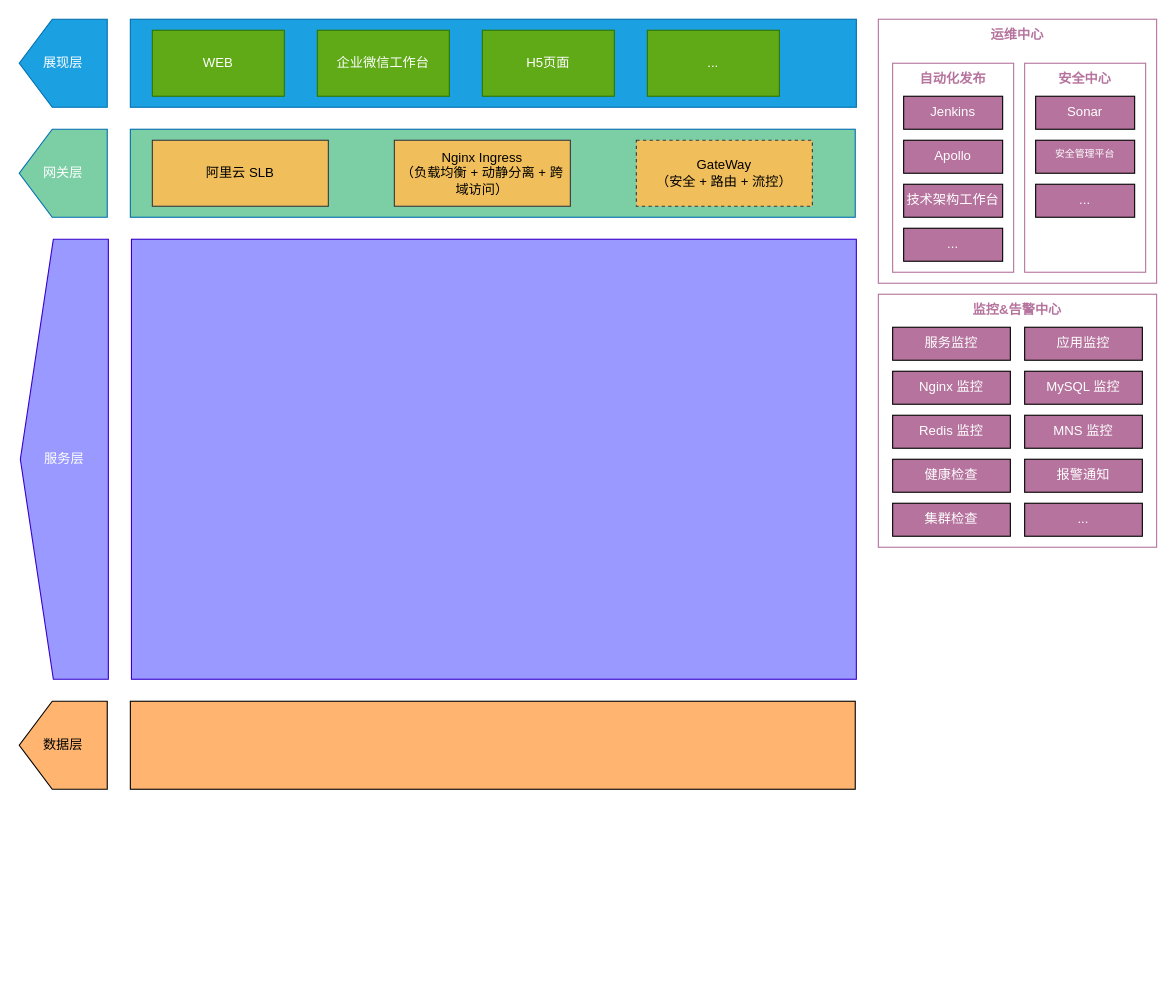
Above: smart-salart-biz-arch-0.0.1.drawio in rexlin600/diagrams (draw.io), before the change. Source tidied: cells renumbered, new cells numbered last; positions are measured from the earlier drawing's top-left corner, leaving out a move shared by most shapes. Both pictures are drawn from the tidied source at 110%, with x=0, y=0 at pixel (19, 19).
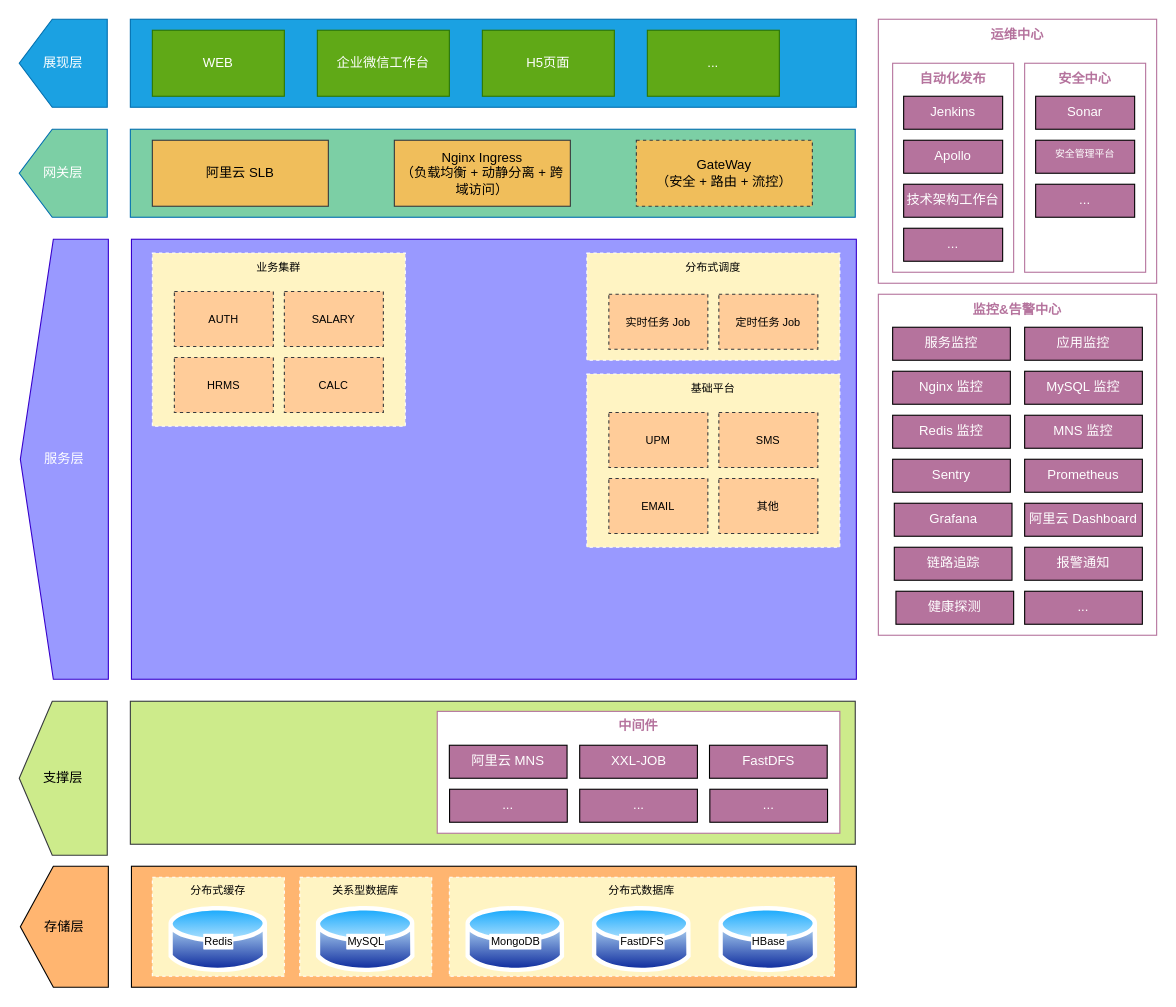
After the change.

Change to the diagram source:
```diff
@@
-    <mxCell id="13" style="rounded=0;whiteSpace=wrap;html=1;align=left;verticalAlign=top;fillColor=#FFB570;" parent="1" vertex="1">
-      <mxGeometry x="101" y="620" width="659" height="80" as="geometry" />
+    <mxCell id="13" style="rounded=0;whiteSpace=wrap;html=1;align=left;verticalAlign=top;fillColor=#cdeb8b;strokeColor=#36393d;" parent="1" vertex="1">
+      <mxGeometry x="101" y="620" width="659" height="130" as="geometry" />
     </mxCell>
-    <mxCell id="14" value="数据层" style="shape=offPageConnector;whiteSpace=wrap;html=1;align=center;verticalAlign=middle;direction=south;fillColor=#FFB570;" parent="1" vertex="1">
-      <mxGeometry y="620" width="80" height="80" as="geometry" />
+    <mxCell id="14" value="支撑层" style="shape=offPageConnector;whiteSpace=wrap;html=1;align=center;verticalAlign=middle;direction=south;fillColor=#cdeb8b;strokeColor=#36393d;" parent="1" vertex="1">
+      <mxGeometry y="620" width="80" height="140" as="geometry" />
     </mxCell>
@@
     <mxCell id="27" value="监控&amp;amp;告警中心" style="rounded=0;whiteSpace=wrap;html=1;align=center;verticalAlign=top;direction=south;strokeColor=#B5739D;fontColor=#B5739D;fontStyle=1;" parent="1" vertex="1">
-      <mxGeometry x="781" y="250" width="253" height="230" as="geometry" />
+      <mxGeometry x="781" y="250" width="253" height="310" as="geometry" />
     </mxCell>
@@
-    <mxCell id="34" value="健康检查" style="rounded=0;whiteSpace=wrap;html=1;fillColor=#B5739D;align=center;verticalAlign=top;fontColor=#FFFFFF;" parent="1" vertex="1">
-      <mxGeometry x="794" y="400" width="107" height="30" as="geometry" />
+    <mxCell id="34" value="健康探测" style="rounded=0;whiteSpace=wrap;html=1;fillColor=#B5739D;align=center;verticalAlign=top;fontColor=#FFFFFF;" parent="1" vertex="1">
+      <mxGeometry x="797" y="520" width="107" height="30" as="geometry" />
     </mxCell>
     <mxCell id="35" value="报警通知" style="rounded=0;whiteSpace=wrap;html=1;fillColor=#B5739D;align=center;verticalAlign=top;fontColor=#FFFFFF;" parent="1" vertex="1">
-      <mxGeometry x="914" y="400" width="107" height="30" as="geometry" />
+      <mxGeometry x="914" y="480" width="107" height="30" as="geometry" />
     </mxCell>
-    <mxCell id="36" value="集群检查" style="rounded=0;whiteSpace=wrap;html=1;fillColor=#B5739D;align=center;verticalAlign=top;fontColor=#FFFFFF;" parent="1" vertex="1">
-      <mxGeometry x="794" y="440" width="107" height="30" as="geometry" />
+    <mxCell id="36" value="链路追踪" style="rounded=0;whiteSpace=wrap;html=1;fillColor=#B5739D;align=center;verticalAlign=top;fontColor=#FFFFFF;" parent="1" vertex="1">
+      <mxGeometry x="795.5" y="480" width="107" height="30" as="geometry" />
     </mxCell>
-    <mxCell id="37" value="..." style="rounded=0;whiteSpace=wrap;html=1;fillColor=#B5739D;align=center;verticalAlign=top;fontColor=#FFFFFF;" parent="1" vertex="1">
-      <mxGeometry x="914" y="440" width="107" height="30" as="geometry" />
-    </mxCell>
+    <mxCell id="38" value="Sentry" style="rounded=0;whiteSpace=wrap;html=1;fillColor=#B5739D;align=center;verticalAlign=top;fontColor=#FFFFFF;" parent="1" vertex="1">
+      <mxGeometry x="794" y="400" width="107" height="30" as="geometry" />
+    </mxCell>
+    <mxCell id="39" value="Prometheus" style="rounded=0;whiteSpace=wrap;html=1;fillColor=#B5739D;align=center;verticalAlign=top;fontColor=#FFFFFF;" parent="1" vertex="1">
+      <mxGeometry x="914" y="400" width="107" height="30" as="geometry" />
+    </mxCell>
+    <mxCell id="40" value="Grafana" style="rounded=0;whiteSpace=wrap;html=1;fillColor=#B5739D;align=center;verticalAlign=top;fontColor=#FFFFFF;" parent="1" vertex="1">
+      <mxGeometry x="795.5" y="440" width="107" height="30" as="geometry" />
+    </mxCell>
+    <mxCell id="41" value="阿里云 Dashboard" style="rounded=0;whiteSpace=wrap;html=1;fillColor=#B5739D;align=center;verticalAlign=top;fontColor=#FFFFFF;" parent="1" vertex="1">
+      <mxGeometry x="914" y="440" width="107" height="30" as="geometry" />
+    </mxCell>
+    <mxCell id="42" value="..." style="rounded=0;whiteSpace=wrap;html=1;fillColor=#B5739D;align=center;verticalAlign=top;fontColor=#FFFFFF;" parent="1" vertex="1">
+      <mxGeometry x="914" y="520" width="107" height="30" as="geometry" />
+    </mxCell>
+    <mxCell id="43" value="业务集群" style="rounded=0;whiteSpace=wrap;html=1;dashed=1;fontSize=10;fontColor=#000000;strokeColor=#FFFFFF;fillColor=#FFF4C3;align=center;verticalAlign=top;" parent="1" vertex="1">
+      <mxGeometry x="121" y="212.5" width="230" height="157.5" as="geometry" />
+    </mxCell>
+    <mxCell id="44" value="AUTH" style="rounded=0;whiteSpace=wrap;html=1;dashed=1;fontSize=10;strokeColor=#36393d;fillColor=#ffcc99;align=center;verticalAlign=middle;" parent="1" vertex="1">
+      <mxGeometry x="141" y="247.5" width="90" height="50" as="geometry" />
+    </mxCell>
+    <mxCell id="45" value="SALARY" style="rounded=0;whiteSpace=wrap;html=1;dashed=1;fontSize=10;strokeColor=#36393d;fillColor=#ffcc99;align=center;verticalAlign=middle;" parent="1" vertex="1">
+      <mxGeometry x="241" y="247.5" width="90" height="50" as="geometry" />
+    </mxCell>
+    <mxCell id="46" value="HRMS" style="rounded=0;whiteSpace=wrap;html=1;dashed=1;fontSize=10;strokeColor=#36393d;fillColor=#ffcc99;align=center;verticalAlign=middle;" parent="1" vertex="1">
+      <mxGeometry x="141" y="307.5" width="90" height="50" as="geometry" />
+    </mxCell>
+    <mxCell id="47" value="CALC" style="rounded=0;whiteSpace=wrap;html=1;dashed=1;fontSize=10;strokeColor=#36393d;fillColor=#ffcc99;align=center;verticalAlign=middle;" parent="1" vertex="1">
+      <mxGeometry x="241" y="307.5" width="90" height="50" as="geometry" />
+    </mxCell>
+    <mxCell id="48" value="分布式调度" style="rounded=0;whiteSpace=wrap;html=1;dashed=1;fontSize=10;fontColor=#000000;strokeColor=#FFFFFF;fillColor=#FFF4C3;align=center;verticalAlign=top;" parent="1" vertex="1">
+      <mxGeometry x="516" y="212.5" width="230" height="97.5" as="geometry" />
+    </mxCell>
+    <mxCell id="49" value="实时任务 Job" style="rounded=0;whiteSpace=wrap;html=1;dashed=1;fontSize=10;strokeColor=#36393d;fillColor=#ffcc99;align=center;verticalAlign=middle;" parent="1" vertex="1">
+      <mxGeometry x="536" y="250" width="90" height="50" as="geometry" />
+    </mxCell>
+    <mxCell id="50" value="定时任务 Job" style="rounded=0;whiteSpace=wrap;html=1;dashed=1;fontSize=10;strokeColor=#36393d;fillColor=#ffcc99;align=center;verticalAlign=middle;" parent="1" vertex="1">
+      <mxGeometry x="636" y="250" width="90" height="50" as="geometry" />
+    </mxCell>
+    <mxCell id="51" value="基础平台" style="rounded=0;whiteSpace=wrap;html=1;dashed=1;fontSize=10;fontColor=#000000;strokeColor=#FFFFFF;fillColor=#FFF4C3;align=center;verticalAlign=top;" parent="1" vertex="1">
+      <mxGeometry x="516" y="322.5" width="230" height="157.5" as="geometry" />
+    </mxCell>
+    <mxCell id="52" value="UPM" style="rounded=0;whiteSpace=wrap;html=1;dashed=1;fontSize=10;strokeColor=#36393d;fillColor=#ffcc99;align=center;verticalAlign=middle;" parent="1" vertex="1">
+      <mxGeometry x="536" y="357.5" width="90" height="50" as="geometry" />
+    </mxCell>
+    <mxCell id="53" value="SMS" style="rounded=0;whiteSpace=wrap;html=1;dashed=1;fontSize=10;strokeColor=#36393d;fillColor=#ffcc99;align=center;verticalAlign=middle;" parent="1" vertex="1">
+      <mxGeometry x="636" y="357.5" width="90" height="50" as="geometry" />
+    </mxCell>
+    <mxCell id="54" value="EMAIL" style="rounded=0;whiteSpace=wrap;html=1;dashed=1;fontSize=10;strokeColor=#36393d;fillColor=#ffcc99;align=center;verticalAlign=middle;" parent="1" vertex="1">
+      <mxGeometry x="536" y="417.5" width="90" height="50" as="geometry" />
+    </mxCell>
+    <mxCell id="55" value="其他" style="rounded=0;whiteSpace=wrap;html=1;dashed=1;fontSize=10;strokeColor=#36393d;fillColor=#ffcc99;align=center;verticalAlign=middle;" parent="1" vertex="1">
+      <mxGeometry x="636" y="417.5" width="90" height="50" as="geometry" />
+    </mxCell>
+    <mxCell id="56" value="中间件" style="rounded=0;whiteSpace=wrap;html=1;align=center;verticalAlign=top;direction=south;strokeColor=#B5739D;fontColor=#B5739D;fontStyle=1;" parent="1" vertex="1">
+      <mxGeometry x="380" y="629.2" width="366" height="110.8" as="geometry" />
+    </mxCell>
+    <mxCell id="57" value="阿里云 MNS" style="rounded=0;whiteSpace=wrap;html=1;fillColor=#B5739D;align=center;verticalAlign=top;fontColor=#FFFFFF;" parent="1" vertex="1">
+      <mxGeometry x="391" y="660" width="107" height="30" as="geometry" />
+    </mxCell>
+    <mxCell id="58" value="XXL-JOB" style="rounded=0;whiteSpace=wrap;html=1;fillColor=#B5739D;align=center;verticalAlign=top;fontColor=#FFFFFF;" parent="1" vertex="1">
+      <mxGeometry x="509.5" y="660" width="107" height="30" as="geometry" />
+    </mxCell>
+    <mxCell id="59" value="FastDFS" style="rounded=0;whiteSpace=wrap;html=1;fillColor=#B5739D;align=center;verticalAlign=top;fontColor=#FFFFFF;" parent="1" vertex="1">
+      <mxGeometry x="627.5" y="660" width="107" height="30" as="geometry" />
+    </mxCell>
+    <mxCell id="60" style="rounded=0;whiteSpace=wrap;html=1;align=left;verticalAlign=top;fillColor=#FFB570;" parent="1" vertex="1">
+      <mxGeometry x="102" y="770" width="659" height="110" as="geometry" />
+    </mxCell>
+    <mxCell id="61" value="存储层" style="shape=offPageConnector;whiteSpace=wrap;html=1;align=center;verticalAlign=middle;direction=south;fillColor=#FFB570;" parent="1" vertex="1">
+      <mxGeometry x="1" y="770" width="80" height="110" as="geometry" />
+    </mxCell>
+    <mxCell id="62" value="分布式缓存" style="rounded=0;whiteSpace=wrap;html=1;dashed=1;fontSize=10;fontColor=#000000;strokeColor=#FFFFFF;fillColor=#FFF4C3;align=center;verticalAlign=top;" parent="1" vertex="1">
+      <mxGeometry x="121" y="780" width="120" height="90" as="geometry" />
+    </mxCell>
+    <mxCell id="63" value="Redis" style="perimeter=ellipsePerimeter;html=1;align=center;shadow=0;dashed=0;spacingTop=3;image;image=img/lib/active_directory/database.svg;fontSize=10;fontColor=#000000;strokeColor=#FFFFFF;fillColor=#FFF4C3;verticalAlign=middle;labelPosition=center;verticalLabelPosition=middle;labelBackgroundColor=default;labelBorderColor=#FFFFFF;imageBackground=none;sketch=0;imageAspect=1;noLabel=0;" parent="1" vertex="1">
+      <mxGeometry x="136" y="803.4" width="90" height="66.6" as="geometry" />
+    </mxCell>
+    <mxCell id="64" value="关系型数据库" style="rounded=0;whiteSpace=wrap;html=1;dashed=1;fontSize=10;fontColor=#000000;strokeColor=#FFFFFF;fillColor=#FFF4C3;align=center;verticalAlign=top;" parent="1" vertex="1">
+      <mxGeometry x="255" y="780" width="120" height="90" as="geometry" />
+    </mxCell>
+    <mxCell id="65" value="MySQL" style="perimeter=ellipsePerimeter;html=1;align=center;shadow=0;dashed=0;spacingTop=3;image;image=img/lib/active_directory/database.svg;fontSize=10;fontColor=#000000;strokeColor=#FFFFFF;fillColor=#FFF4C3;verticalAlign=middle;labelPosition=center;verticalLabelPosition=middle;labelBackgroundColor=default;labelBorderColor=#FFFFFF;imageBackground=none;imageAspect=1;noLabel=0;" parent="1" vertex="1">
+      <mxGeometry x="270" y="803.4" width="90" height="66.6" as="geometry" />
+    </mxCell>
+    <mxCell id="66" value="分布式数据库" style="rounded=0;whiteSpace=wrap;html=1;dashed=1;fontSize=10;fontColor=#000000;strokeColor=#FFFFFF;fillColor=#FFF4C3;align=center;verticalAlign=top;" parent="1" vertex="1">
+      <mxGeometry x="391" y="780" width="350" height="90" as="geometry" />
+    </mxCell>
+    <mxCell id="67" value="MongoDB" style="perimeter=ellipsePerimeter;html=1;align=center;shadow=0;dashed=0;spacingTop=3;image;image=img/lib/active_directory/database.svg;fontSize=10;fontColor=#000000;strokeColor=#FFFFFF;fillColor=#FFF4C3;verticalAlign=middle;labelPosition=center;verticalLabelPosition=middle;labelBackgroundColor=default;labelBorderColor=#FFFFFF;imageBackground=none;imageAspect=1;noLabel=0;" parent="1" vertex="1">
+      <mxGeometry x="406" y="803.4" width="90" height="66.6" as="geometry" />
+    </mxCell>
+    <mxCell id="68" value="FastDFS" style="perimeter=ellipsePerimeter;html=1;align=center;shadow=0;dashed=0;spacingTop=3;image;image=img/lib/active_directory/database.svg;fontSize=10;fontColor=#000000;strokeColor=#FFFFFF;fillColor=#FFF4C3;verticalAlign=middle;labelPosition=center;verticalLabelPosition=middle;labelBackgroundColor=default;labelBorderColor=#FFFFFF;imageBackground=none;imageAspect=1;noLabel=0;" parent="1" vertex="1">
+      <mxGeometry x="521" y="803.4" width="90" height="66.6" as="geometry" />
+    </mxCell>
+    <mxCell id="69" value="HBase" style="perimeter=ellipsePerimeter;html=1;align=center;shadow=0;dashed=0;spacingTop=3;image;image=img/lib/active_directory/database.svg;fontSize=10;fontColor=#000000;strokeColor=#FFFFFF;fillColor=#FFF4C3;verticalAlign=middle;labelPosition=center;verticalLabelPosition=middle;labelBackgroundColor=default;labelBorderColor=#FFFFFF;imageBackground=none;imageAspect=1;noLabel=0;" parent="1" vertex="1">
+      <mxGeometry x="636" y="803.4" width="90" height="66.6" as="geometry" />
+    </mxCell>
+    <mxCell id="70" value="..." style="rounded=0;whiteSpace=wrap;html=1;fillColor=#B5739D;align=center;verticalAlign=top;fontColor=#FFFFFF;" parent="1" vertex="1">
+      <mxGeometry x="391.2" y="700" width="107" height="30" as="geometry" />
+    </mxCell>
+    <mxCell id="71" value="..." style="rounded=0;whiteSpace=wrap;html=1;fillColor=#B5739D;align=center;verticalAlign=top;fontColor=#FFFFFF;" parent="1" vertex="1">
+      <mxGeometry x="627.8" y="700" width="107" height="30" as="geometry" />
+    </mxCell>
+    <mxCell id="72" value="..." style="rounded=0;whiteSpace=wrap;html=1;fillColor=#B5739D;align=center;verticalAlign=top;fontColor=#FFFFFF;" parent="1" vertex="1">
+      <mxGeometry x="509.5" y="700" width="107" height="30" as="geometry" />
+    </mxCell>
```
